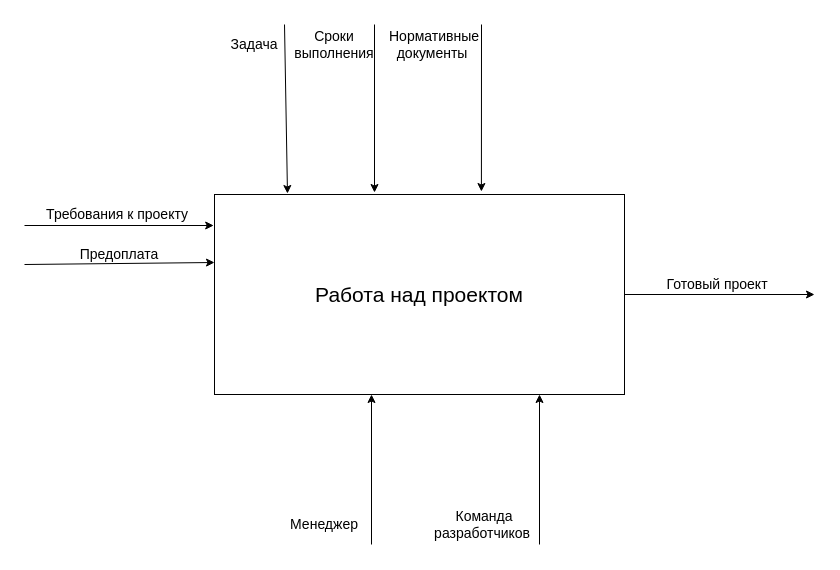
This is 123.drawio from Youuuuuuuuuuu/xccd, a draw.io file, before an edit. Source tidied: cells renumbered, new cells numbered last; positions are measured from the earlier drawing's top-left corner, leaving out a move shared by most shapes. Both pictures are drawn from the tidied source at 100%, with x=0, y=0 at pixel (24, 24).
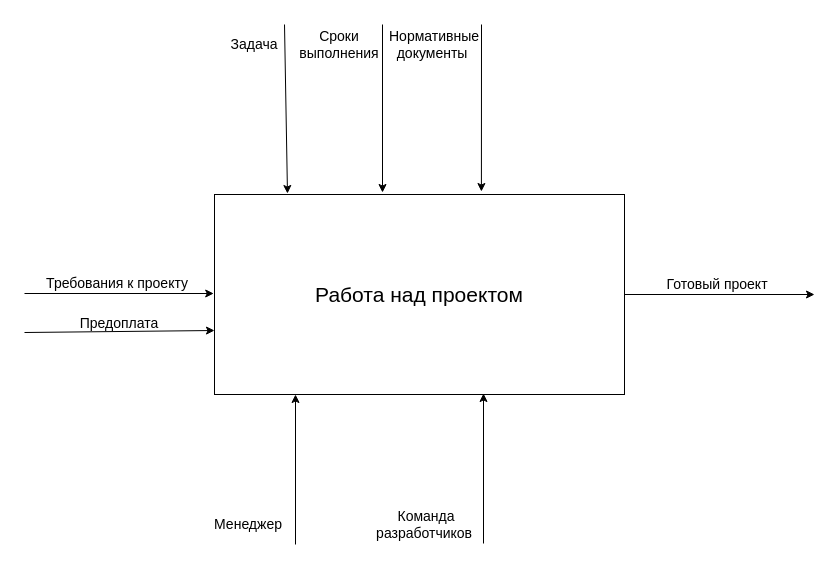
Above is the later version.

The change refers to these unchanged cells:
```xml
<mxCell id="2" value="&lt;font style=&quot;font-size: 21px&quot;&gt;Работа над проектом&lt;/font&gt;" style="rounded=0;whiteSpace=wrap;html=1;" parent="1" vertex="1">
  <mxGeometry x="190" y="170" width="410" height="200" as="geometry" />
</mxCell>
```

What changed in the source:
```diff
@@
     <mxCell id="3" style="endArrow=classic;html=1;" parent="1" edge="1">
       <mxGeometry relative="1" as="geometry">
-        <mxPoint x="350" as="sourcePoint" />
-        <mxPoint x="350" y="168" as="targetPoint" />
+        <mxPoint x="358" as="sourcePoint" />
+        <mxPoint x="358" y="168" as="targetPoint" />
       </mxGeometry>
     </mxCell>
@@
     <mxCell id="6" value="&lt;font style=&quot;font-size: 14px&quot;&gt;Сроки выполнения&lt;/font&gt;" style="text;html=1;strokeColor=none;fillColor=none;align=center;verticalAlign=middle;whiteSpace=wrap;rounded=0;" parent="1" vertex="1">
-      <mxGeometry x="290" y="10" width="40" height="20" as="geometry" />
+      <mxGeometry x="295" y="10" width="40" height="20" as="geometry" />
     </mxCell>
     <mxCell id="7" style="endArrow=classic;html=1;entryX=0.5;entryY=1;entryDx=0;entryDy=0;" parent="1" edge="1">
       <mxGeometry relative="1" as="geometry">
-        <mxPoint x="515" y="520" as="sourcePoint" />
-        <mxPoint x="515" y="370" as="targetPoint" />
+        <mxPoint x="459" y="519" as="sourcePoint" />
+        <mxPoint x="459" y="369" as="targetPoint" />
       </mxGeometry>
     </mxCell>
     <mxCell id="8" value="&lt;font style=&quot;font-size: 14px&quot;&gt;Команда разработчиков&amp;nbsp;&lt;/font&gt;" style="text;html=1;strokeColor=none;fillColor=none;align=center;verticalAlign=middle;whiteSpace=wrap;rounded=0;" parent="1" vertex="1">
-      <mxGeometry x="440" y="490" width="40" height="20" as="geometry" />
+      <mxGeometry x="382" y="490" width="40" height="20" as="geometry" />
     </mxCell>
-    <mxCell id="9" style="endArrow=classic;html=1;entryX=-0.002;entryY=0.155;entryDx=0;entryDy=0;entryPerimeter=0;" parent="1" edge="1" target="2">
+    <mxCell id="9" style="endArrow=classic;html=1;entryX=-0.002;entryY=0.155;entryDx=0;entryDy=0;entryPerimeter=0;" parent="1" edge="1">
       <mxGeometry relative="1" as="geometry">
-        <mxPoint y="201" as="sourcePoint" />
+        <mxPoint y="269" as="sourcePoint" />
+        <mxPoint x="189.2" y="269" as="targetPoint" />
       </mxGeometry>
     </mxCell>
     <mxCell id="10" value="&lt;font style=&quot;font-size: 14px&quot;&gt;Требования к проекту&amp;nbsp;&lt;/font&gt;" style="text;html=1;strokeColor=none;fillColor=none;align=center;verticalAlign=middle;whiteSpace=wrap;rounded=0;" parent="1" vertex="1">
-      <mxGeometry x="20" y="180" width="150" height="20" as="geometry" />
+      <mxGeometry x="20" y="249" width="150" height="20" as="geometry" />
     </mxCell>
@@
-    <mxCell id="15" style="endArrow=classic;html=1;entryX=0;entryY=0.34;entryDx=0;entryDy=0;entryPerimeter=0;" parent="1" edge="1" target="2">
+    <mxCell id="15" style="endArrow=classic;html=1;entryX=0;entryY=0.34;entryDx=0;entryDy=0;entryPerimeter=0;" parent="1" edge="1">
       <mxGeometry relative="1" as="geometry">
-        <mxPoint y="240" as="sourcePoint" />
+        <mxPoint y="308" as="sourcePoint" />
+        <mxPoint x="190" y="306" as="targetPoint" />
       </mxGeometry>
     </mxCell>
     <mxCell id="16" value="&lt;span style=&quot;font-size: 14px&quot;&gt;Предоплата&lt;/span&gt;" style="text;html=1;strokeColor=none;fillColor=none;align=center;verticalAlign=middle;whiteSpace=wrap;rounded=0;" parent="1" vertex="1">
-      <mxGeometry x="20" y="220" width="150" height="20" as="geometry" />
+      <mxGeometry x="20" y="289" width="150" height="20" as="geometry" />
     </mxCell>
     <mxCell id="17" style="endArrow=classic;html=1;entryX=0.5;entryY=1;entryDx=0;entryDy=0;" parent="1" edge="1">
       <mxGeometry relative="1" as="geometry">
-        <mxPoint x="347" y="520" as="sourcePoint" />
-        <mxPoint x="347" y="370" as="targetPoint" />
+        <mxPoint x="271" y="520" as="sourcePoint" />
+        <mxPoint x="271" y="370" as="targetPoint" />
       </mxGeometry>
     </mxCell>
     <mxCell id="18" value="&lt;font style=&quot;font-size: 14px&quot;&gt;Менеджер&lt;/font&gt;" style="text;html=1;strokeColor=none;fillColor=none;align=center;verticalAlign=middle;whiteSpace=wrap;rounded=0;" parent="1" vertex="1">
-      <mxGeometry x="280" y="490" width="40" height="20" as="geometry" />
+      <mxGeometry x="204" y="490" width="40" height="20" as="geometry" />
     </mxCell>
```
